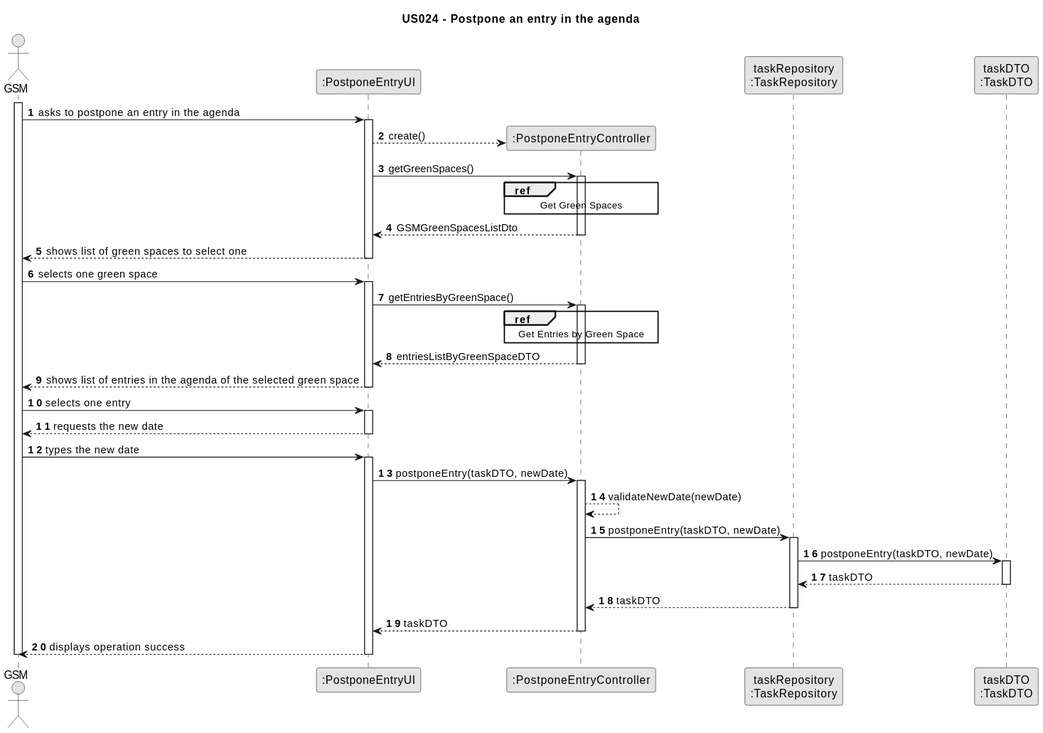
Departamento-de-Engenharia-Informatica/lei-24-s2-1dm-g132 keeps this PlantUML diagram as docs/sprintC/us024/03.design/svg/us024-sequence-diagram-split.svg. Above is the earlier version.
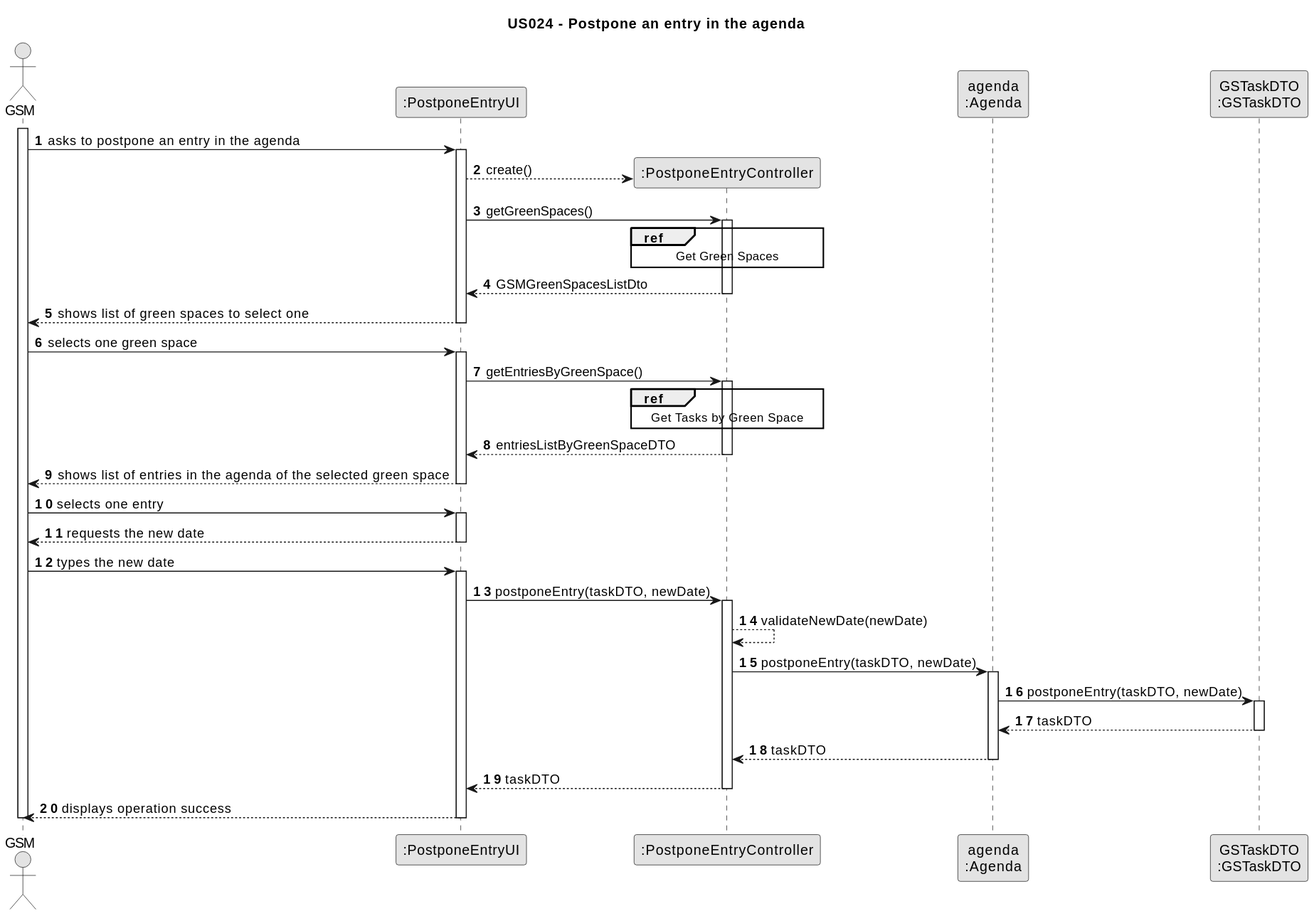
Above is the later version.

Diff of the diagram source:
```diff
@@ -10,8 +10,8 @@
 actor "GSM" as Employee
 participant ":PostponeEntryUI" as UI
 participant ":PostponeEntryController" as CTRL
-participant "taskRepository\n:TaskRepository" as TaskRepository
-participant "taskDTO\n:TaskDTO" as TaskDTO
+participant "agenda\n:Agenda" as Agenda
+participant "GSTaskDTO\n:GSTaskDTO" as TaskDTO
 
 
 activate Employee
@@ -40,7 +40,7 @@
     activate CTRL
 
     ref over CTRL
-        Get Entries by Green Space
+        Get Tasks by Green Space
     end ref
 
     CTRL --> UI : entriesListByGreenSpaceDTO
@@ -62,17 +62,17 @@
     activate CTRL
 
     CTRL --> CTRL : validateNewDate(newDate)
-    CTRL -> TaskRepository : postponeEntry(taskDTO, newDate)
-    activate TaskRepository
+    CTRL -> Agenda : postponeEntry(taskDTO, newDate)
+    activate Agenda
 
-    TaskRepository -> TaskDTO : postponeEntry(taskDTO, newDate)
+    Agenda -> TaskDTO : postponeEntry(taskDTO, newDate)
     activate TaskDTO
 
-    TaskDTO --> TaskRepository : taskDTO
+    TaskDTO --> Agenda : taskDTO
     deactivate TaskDTO
 
-    TaskRepository --> CTRL : taskDTO
-    deactivate TaskRepository
+    Agenda --> CTRL : taskDTO
+    deactivate Agenda
 
     CTRL --> UI : taskDTO
     deactivate CTRL
```
